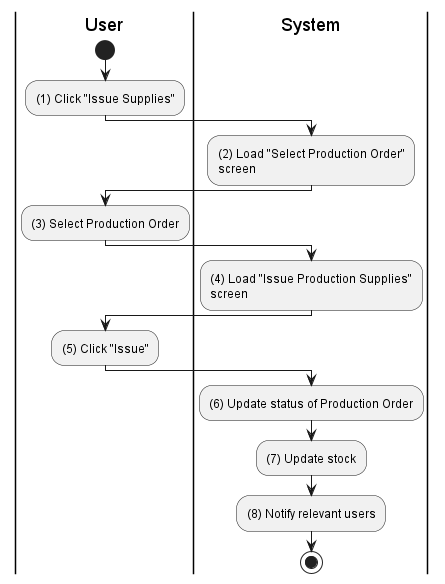
phihungha/scmss-reqs keeps this PlantUML diagram as activities/inventory-supply-issue.png. Above is the earlier version.
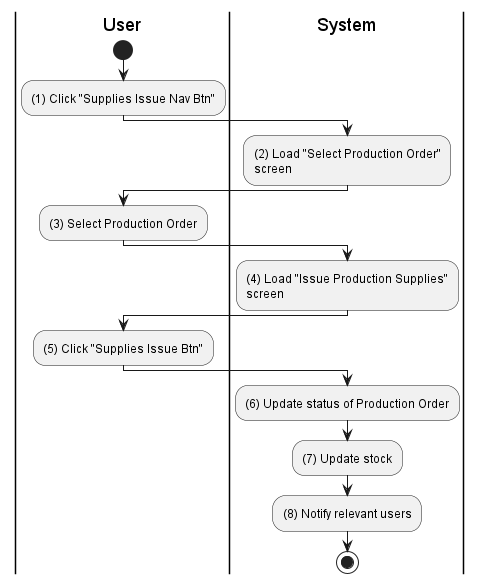
Later version of the same file.

The edit, as a diff of the source:
```diff
@@ -4,7 +4,7 @@
 
 |u|
 start
-:(1) Click "Issue Supplies";
+:(1) Click "Supplies Issue Nav Btn";
 
 |s|
 :(2) Load "Select Production Order"\nscreen;
@@ -16,7 +16,7 @@
 :(4) Load "Issue Production Supplies"\nscreen;
 
 |u|
-:(5) Click "Issue";
+:(5) Click "Supplies Issue Btn";
 
 |s|
 :(6) Update status of Production Order;
```
